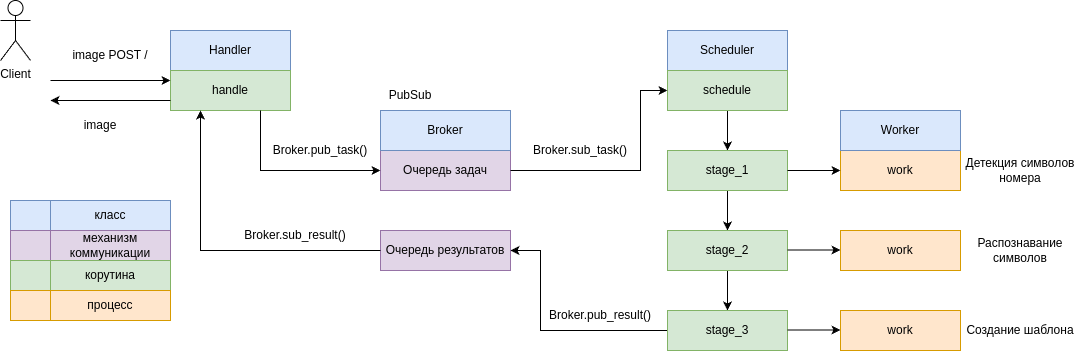
Above: docs/SystemDesign.drawio.png in naumovan/plate_deformation (draw.io), before the change. Source tidied: cells renumbered, new cells last; positions are measured from the earlier drawing's top-left corner, leaving out a move shared by most shapes.
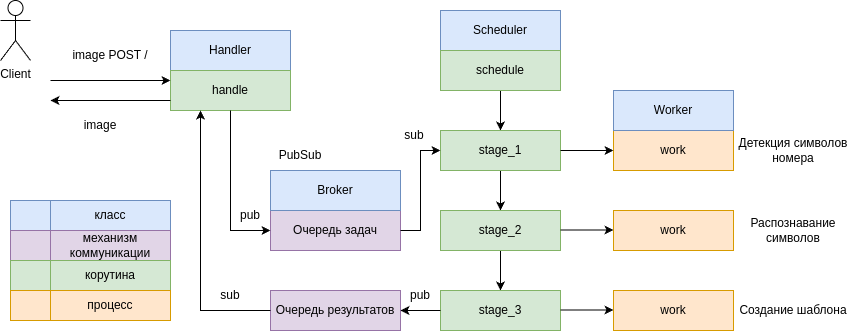
The same diagram one commit later.

Change to the diagram source:
```diff
@@ -3,170 +3,162 @@
     <mxCell id="0" />
     <mxCell id="1" parent="0" />
     <mxCell id="2" value="Handler" style="rounded=0;whiteSpace=wrap;html=1;fillColor=#dae8fc;strokeColor=#6c8ebf;" parent="1" vertex="1">
-      <mxGeometry x="170" y="30" width="120" height="40" as="geometry" />
+      <mxGeometry x="170" y="-220" width="120" height="40" as="geometry" />
     </mxCell>
     <mxCell id="3" value="Scheduler" style="rounded=0;whiteSpace=wrap;html=1;fillColor=#dae8fc;strokeColor=#6c8ebf;" parent="1" vertex="1">
-      <mxGeometry x="667" y="30" width="120" height="40" as="geometry" />
+      <mxGeometry x="440" y="-240" width="120" height="40" as="geometry" />
     </mxCell>
     <mxCell id="4" value="handle" style="rounded=0;whiteSpace=wrap;html=1;fillColor=#d5e8d4;strokeColor=#82b366;" parent="1" vertex="1">
-      <mxGeometry x="170" y="70" width="120" height="40" as="geometry" />
+      <mxGeometry x="170" y="-180" width="120" height="40" as="geometry" />
     </mxCell>
     <mxCell id="5" style="edgeStyle=orthogonalEdgeStyle;rounded=0;jettySize=auto;html=1;" parent="1" edge="1" source="6" target="33">
       <mxGeometry relative="1" as="geometry" />
     </mxCell>
     <mxCell id="6" value="schedule" style="rounded=0;whiteSpace=wrap;html=1;fillColor=#d5e8d4;strokeColor=#82b366;" parent="1" vertex="1">
-      <mxGeometry x="667" y="70" width="120" height="40" as="geometry" />
+      <mxGeometry x="440" y="-200" width="120" height="40" as="geometry" />
     </mxCell>
     <mxCell id="7" value="work" style="rounded=0;whiteSpace=wrap;html=1;fillColor=#ffe6cc;strokeColor=#d79b00;" parent="1" vertex="1">
-      <mxGeometry x="840" y="150" width="120" height="40" as="geometry" />
+      <mxGeometry x="613" y="-120" width="120" height="40" as="geometry" />
     </mxCell>
     <mxCell id="8" value="Очередь задач" style="rounded=0;whiteSpace=wrap;html=1;fillColor=#e1d5e7;strokeColor=#9673a6;" parent="1" vertex="1">
-      <mxGeometry x="380" y="150" width="130" height="40" as="geometry" />
+      <mxGeometry x="270" y="-40" width="130" height="40" as="geometry" />
     </mxCell>
     <mxCell id="9" value="work" style="rounded=0;whiteSpace=wrap;html=1;fillColor=#ffe6cc;strokeColor=#d79b00;" parent="1" vertex="1">
-      <mxGeometry x="840" y="230" width="120" height="40" as="geometry" />
+      <mxGeometry x="613" y="-40" width="120" height="40" as="geometry" />
     </mxCell>
     <mxCell id="10" style="text;html=1;align=center;verticalAlign=middle;whiteSpace=wrap;rounded=0;fillColor=#dae8fc;strokeColor=#6c8ebf;" parent="1" vertex="1">
-      <mxGeometry x="10" y="200" width="40" height="30" as="geometry" />
+      <mxGeometry x="10" y="-50" width="40" height="30" as="geometry" />
     </mxCell>
     <mxCell id="11" style="text;html=1;align=center;verticalAlign=middle;whiteSpace=wrap;rounded=0;fillColor=#e1d5e7;strokeColor=#9673a6;" parent="1" vertex="1">
-      <mxGeometry x="10" y="230" width="40" height="30" as="geometry" />
+      <mxGeometry x="10" y="-20" width="40" height="30" as="geometry" />
     </mxCell>
     <mxCell id="12" style="text;html=1;align=center;verticalAlign=middle;whiteSpace=wrap;rounded=0;fillColor=#d5e8d4;strokeColor=#82b366;" parent="1" vertex="1">
-      <mxGeometry x="10" y="260" width="40" height="30" as="geometry" />
+      <mxGeometry x="10" y="10" width="40" height="30" as="geometry" />
     </mxCell>
     <mxCell id="13" value="класс" style="text;html=1;align=center;verticalAlign=middle;whiteSpace=wrap;rounded=0;fillColor=#dae8fc;strokeColor=#6c8ebf;" parent="1" vertex="1">
-      <mxGeometry x="50" y="200" width="120" height="30" as="geometry" />
+      <mxGeometry x="50" y="-50" width="120" height="30" as="geometry" />
     </mxCell>
     <mxCell id="14" value="механизм коммуникации" style="text;html=1;align=center;verticalAlign=middle;whiteSpace=wrap;rounded=0;fillColor=#e1d5e7;strokeColor=#9673a6;" parent="1" vertex="1">
-      <mxGeometry x="50" y="230" width="120" height="30" as="geometry" />
+      <mxGeometry x="50" y="-20" width="120" height="30" as="geometry" />
     </mxCell>
     <mxCell id="15" value="корутина" style="text;html=1;align=center;verticalAlign=middle;whiteSpace=wrap;rounded=0;fillColor=#d5e8d4;strokeColor=#82b366;" parent="1" vertex="1">
-      <mxGeometry x="50" y="260" width="120" height="30" as="geometry" />
+      <mxGeometry x="50" y="10" width="120" height="30" as="geometry" />
     </mxCell>
     <mxCell id="16" style="text;html=1;align=center;verticalAlign=middle;whiteSpace=wrap;rounded=0;fillColor=#ffe6cc;strokeColor=#d79b00;" parent="1" vertex="1">
-      <mxGeometry x="10" y="290" width="40" height="30" as="geometry" />
+      <mxGeometry x="10" y="40" width="40" height="30" as="geometry" />
     </mxCell>
     <mxCell id="17" value="процесс" style="text;html=1;align=center;verticalAlign=middle;whiteSpace=wrap;rounded=0;fillColor=#ffe6cc;strokeColor=#d79b00;" parent="1" vertex="1">
-      <mxGeometry x="50" y="290" width="120" height="30" as="geometry" />
+      <mxGeometry x="50" y="40" width="120" height="30" as="geometry" />
     </mxCell>
     <mxCell id="18" value="Client" style="shape=umlActor;verticalLabelPosition=bottom;verticalAlign=top;html=1;" parent="1" vertex="1">
-      <mxGeometry width="30" height="60" as="geometry" />
+      <mxGeometry y="-250" width="30" height="60" as="geometry" />
     </mxCell>
     <mxCell id="19" style="endArrow=classic;html=1;rounded=0;entryX=0;entryY=0.25;entryDx=0;entryDy=0;" parent="1" edge="1" target="4">
       <mxGeometry relative="1" as="geometry">
-        <mxPoint x="50" y="80" as="sourcePoint" />
+        <mxPoint x="50" y="-170" as="sourcePoint" />
       </mxGeometry>
     </mxCell>
     <mxCell id="20" value="image POST /" style="text;html=1;align=center;verticalAlign=middle;whiteSpace=wrap;rounded=0;" parent="1" vertex="1">
-      <mxGeometry x="65" y="40" width="90" height="30" as="geometry" />
+      <mxGeometry x="65" y="-210" width="90" height="30" as="geometry" />
     </mxCell>
     <mxCell id="21" style="endArrow=classic;html=1;rounded=0;exitX=0;exitY=0.75;exitDx=0;exitDy=0;" parent="1" edge="1" source="4">
       <mxGeometry relative="1" as="geometry">
-        <mxPoint x="50" y="100" as="targetPoint" />
+        <mxPoint x="50" y="-150" as="targetPoint" />
       </mxGeometry>
     </mxCell>
     <mxCell id="22" value="Очередь результатов" style="rounded=0;whiteSpace=wrap;html=1;fillColor=#e1d5e7;strokeColor=#9673a6;" parent="1" vertex="1">
-      <mxGeometry x="380" y="230" width="130" height="40" as="geometry" />
+      <mxGeometry x="270" y="40" width="130" height="40" as="geometry" />
     </mxCell>
-    <mxCell id="23" style="endArrow=classic;html=1;rounded=0;entryX=0;entryY=0.5;entryDx=0;entryDy=0;exitX=0.75;exitY=1;exitDx=0;exitDy=0;" parent="1" edge="1" target="8">
-      <mxGeometry relative="1" as="geometry">
-        <mxPoint x="260" y="110" as="sourcePoint" />
-        <Array as="points">
-          <mxPoint x="260" y="170" />
-        </Array>
-      </mxGeometry>
-    </mxCell>
-    <mxCell id="24" style="endArrow=classic;html=1;rounded=0;entryX=0.25;entryY=1;entryDx=0;entryDy=0;exitX=0;exitY=0.5;exitDx=0;exitDy=0;" parent="1" edge="1" source="22">
-      <mxGeometry relative="1" as="geometry">
-        <mxPoint x="200" y="110" as="targetPoint" />
-        <Array as="points">
-          <mxPoint x="200" y="250" />
-        </Array>
-      </mxGeometry>
-    </mxCell>
-    <mxCell id="25" style="endArrow=classic;html=1;rounded=0;exitX=1;exitY=0.5;exitDx=0;exitDy=0;entryX=0;entryY=0.5;entryDx=0;entryDy=0;" parent="1" edge="1" source="8" target="6">
-      <mxGeometry relative="1" as="geometry">
-        <Array as="points">
-          <mxPoint x="560" y="170" />
-          <mxPoint x="640" y="170" />
-          <mxPoint x="640" y="90" />
-        </Array>
-      </mxGeometry>
-    </mxCell>
-    <mxCell id="26" style="endArrow=classic;html=1;rounded=0;entryX=1;entryY=0.5;entryDx=0;entryDy=0;exitX=0;exitY=0.5;exitDx=0;exitDy=0;" parent="1" edge="1" source="36" target="22">
-      <mxGeometry relative="1" as="geometry">
-        <Array as="points">
-          <mxPoint x="540" y="330" />
-          <mxPoint x="540" y="250" />
-        </Array>
-      </mxGeometry>
-    </mxCell>
     <mxCell id="27" value="image" style="text;html=1;align=center;verticalAlign=middle;whiteSpace=wrap;rounded=0;" parent="1" vertex="1">
-      <mxGeometry x="70" y="110" width="60" height="30" as="geometry" />
+      <mxGeometry x="70" y="-140" width="60" height="30" as="geometry" />
     </mxCell>
     <mxCell id="28" value="Worker" style="rounded=0;whiteSpace=wrap;html=1;fillColor=#dae8fc;strokeColor=#6c8ebf;" parent="1" vertex="1">
-      <mxGeometry x="840" y="110" width="120" height="40" as="geometry" />
+      <mxGeometry x="613" y="-160" width="120" height="40" as="geometry" />
     </mxCell>
     <mxCell id="29" value="work" style="rounded=0;whiteSpace=wrap;html=1;fillColor=#ffe6cc;strokeColor=#d79b00;" parent="1" vertex="1">
-      <mxGeometry x="840" y="310" width="120" height="40" as="geometry" />
+      <mxGeometry x="613" y="40" width="120" height="40" as="geometry" />
     </mxCell>
     <mxCell id="30" value="Broker" style="rounded=0;whiteSpace=wrap;html=1;fillColor=#dae8fc;strokeColor=#6c8ebf;" parent="1" vertex="1">
-      <mxGeometry x="380" y="110" width="130" height="40" as="geometry" />
+      <mxGeometry x="270" y="-80" width="130" height="40" as="geometry" />
     </mxCell>
     <mxCell id="31" value="PubSub" style="text;html=1;align=center;verticalAlign=middle;whiteSpace=wrap;rounded=0;" parent="1" vertex="1">
-      <mxGeometry x="380" y="80" width="60" height="30" as="geometry" />
+      <mxGeometry x="270" y="-110" width="60" height="30" as="geometry" />
     </mxCell>
     <mxCell id="32" style="edgeStyle=orthogonalEdgeStyle;rounded=0;jettySize=auto;html=1;" parent="1" edge="1" source="33" target="35">
       <mxGeometry relative="1" as="geometry" />
     </mxCell>
     <mxCell id="33" value="stage_1" style="rounded=0;whiteSpace=wrap;html=1;fillColor=#d5e8d4;strokeColor=#82b366;" parent="1" vertex="1">
-      <mxGeometry x="667" y="150" width="120" height="40" as="geometry" />
+      <mxGeometry x="440" y="-120" width="120" height="40" as="geometry" />
     </mxCell>
     <mxCell id="34" style="edgeStyle=orthogonalEdgeStyle;rounded=0;jettySize=auto;html=1;" parent="1" edge="1" source="35" target="36">
       <mxGeometry relative="1" as="geometry" />
     </mxCell>
     <mxCell id="35" value="stage_2" style="rounded=0;whiteSpace=wrap;html=1;fillColor=#d5e8d4;strokeColor=#82b366;" parent="1" vertex="1">
-      <mxGeometry x="667" y="230" width="120" height="40" as="geometry" />
+      <mxGeometry x="440" y="-40" width="120" height="40" as="geometry" />
     </mxCell>
     <mxCell id="36" value="stage_3" style="rounded=0;whiteSpace=wrap;html=1;fillColor=#d5e8d4;strokeColor=#82b366;" parent="1" vertex="1">
-      <mxGeometry x="667" y="310" width="120" height="40" as="geometry" />
+      <mxGeometry x="440" y="40" width="120" height="40" as="geometry" />
     </mxCell>
-    <mxCell id="37" value="Broker.sub_result()" style="text;html=1;align=center;verticalAlign=middle;whiteSpace=wrap;rounded=0;" parent="1" vertex="1">
-      <mxGeometry x="230" y="220" width="130" height="30" as="geometry" />
-    </mxCell>
-    <mxCell id="38" value="Broker.pub_task()" style="text;html=1;align=center;verticalAlign=middle;whiteSpace=wrap;rounded=0;" parent="1" vertex="1">
-      <mxGeometry x="280" y="135" width="80" height="30" as="geometry" />
-    </mxCell>
-    <mxCell id="39" value="Broker.sub_task()" style="text;html=1;align=center;verticalAlign=middle;whiteSpace=wrap;rounded=0;" parent="1" vertex="1">
-      <mxGeometry x="540" y="135" width="80" height="30" as="geometry" />
-    </mxCell>
     <mxCell id="40" style="endArrow=classic;html=1;rounded=0;entryX=0;entryY=0.5;entryDx=0;entryDy=0;exitX=1;exitY=0.5;exitDx=0;exitDy=0;" parent="1" edge="1" source="33" target="7">
       <mxGeometry relative="1" as="geometry" />
     </mxCell>
     <mxCell id="41" style="endArrow=classic;html=1;rounded=0;entryX=0;entryY=0.5;entryDx=0;entryDy=0;exitX=1;exitY=0.5;exitDx=0;exitDy=0;" parent="1" edge="1">
       <mxGeometry relative="1" as="geometry">
-        <mxPoint x="787" y="249.5" as="sourcePoint" />
-        <mxPoint x="840" y="249.5" as="targetPoint" />
+        <mxPoint x="560" y="-20.5" as="sourcePoint" />
+        <mxPoint x="613" y="-20.5" as="targetPoint" />
       </mxGeometry>
     </mxCell>
     <mxCell id="42" style="endArrow=classic;html=1;rounded=0;entryX=0;entryY=0.5;entryDx=0;entryDy=0;exitX=1;exitY=0.5;exitDx=0;exitDy=0;" parent="1" edge="1">
       <mxGeometry relative="1" as="geometry">
-        <mxPoint x="787" y="329.5" as="sourcePoint" />
-        <mxPoint x="840" y="329.5" as="targetPoint" />
+        <mxPoint x="560" y="59.5" as="sourcePoint" />
+        <mxPoint x="613" y="59.5" as="targetPoint" />
       </mxGeometry>
     </mxCell>
-    <mxCell id="43" value="Broker.pub_result()" style="text;html=1;align=center;verticalAlign=middle;whiteSpace=wrap;rounded=0;" parent="1" vertex="1">
-      <mxGeometry x="560" y="300" width="80" height="30" as="geometry" />
-    </mxCell>
     <mxCell id="44" value="Создание шаблона" style="text;html=1;align=center;verticalAlign=middle;whiteSpace=wrap;rounded=0;" parent="1" vertex="1">
-      <mxGeometry x="965" y="310" width="110" height="40" as="geometry" />
+      <mxGeometry x="738" y="40" width="110" height="40" as="geometry" />
     </mxCell>
     <mxCell id="45" value="Распознавание символов" style="text;html=1;align=center;verticalAlign=middle;whiteSpace=wrap;rounded=0;" parent="1" vertex="1">
-      <mxGeometry x="960" y="230" width="120" height="40" as="geometry" />
+      <mxGeometry x="733" y="-40" width="120" height="40" as="geometry" />
     </mxCell>
     <mxCell id="46" value="Детекция символов номера" style="text;html=1;align=center;verticalAlign=middle;whiteSpace=wrap;rounded=0;" parent="1" vertex="1">
-      <mxGeometry x="960" y="150" width="120" height="40" as="geometry" />
+      <mxGeometry x="733" y="-120" width="120" height="40" as="geometry" />
     </mxCell>
+    <mxCell id="47" style="endArrow=classic;html=1;rounded=0;entryX=0;entryY=0.5;entryDx=0;entryDy=0;exitX=0.5;exitY=1;exitDx=0;exitDy=0;" parent="1" edge="1" source="4" target="8">
+      <mxGeometry relative="1" as="geometry">
+        <Array as="points">
+          <mxPoint x="230" y="-20" />
+        </Array>
+      </mxGeometry>
+    </mxCell>
+    <mxCell id="48" style="endArrow=classic;html=1;rounded=0;entryX=0.25;entryY=1;entryDx=0;entryDy=0;exitX=0;exitY=0.5;exitDx=0;exitDy=0;" parent="1" edge="1" source="22" target="4">
+      <mxGeometry relative="1" as="geometry">
+        <Array as="points">
+          <mxPoint x="200" y="60" />
+        </Array>
+      </mxGeometry>
+    </mxCell>
+    <mxCell id="49" value="pub" style="text;html=1;align=center;verticalAlign=middle;whiteSpace=wrap;rounded=0;" parent="1" vertex="1">
+      <mxGeometry x="390" y="30" width="60" height="30" as="geometry" />
+    </mxCell>
+    <mxCell id="50" value="pub" style="text;html=1;align=center;verticalAlign=middle;whiteSpace=wrap;rounded=0;" parent="1" vertex="1">
+      <mxGeometry x="220" y="-50" width="60" height="30" as="geometry" />
+    </mxCell>
+    <mxCell id="26" style="endArrow=classic;html=1;rounded=0;exitX=0;exitY=0.5;exitDx=0;exitDy=0;entryX=1;entryY=0.5;entryDx=0;entryDy=0;" parent="1" edge="1" source="36" target="22">
+      <mxGeometry relative="1" as="geometry" />
+    </mxCell>
+    <mxCell id="51" value="sub" style="text;html=1;align=center;verticalAlign=middle;whiteSpace=wrap;rounded=0;" parent="1" vertex="1">
+      <mxGeometry x="200" y="30" width="60" height="30" as="geometry" />
+    </mxCell>
+    <mxCell id="52" style="endArrow=classic;html=1;rounded=0;entryX=0;entryY=0.5;entryDx=0;entryDy=0;exitX=1;exitY=0.5;exitDx=0;exitDy=0;" parent="1" edge="1" source="8" target="33">
+      <mxGeometry relative="1" as="geometry">
+        <Array as="points">
+          <mxPoint x="420" y="-20" />
+          <mxPoint x="420" y="-100" />
+        </Array>
+      </mxGeometry>
+    </mxCell>
+    <mxCell id="53" value="sub" style="text;html=1;align=center;verticalAlign=middle;whiteSpace=wrap;rounded=0;" parent="1" vertex="1">
+      <mxGeometry x="384" y="-130" width="60" height="30" as="geometry" />
+    </mxCell>
   </root>
 </mxGraphModel>
```
